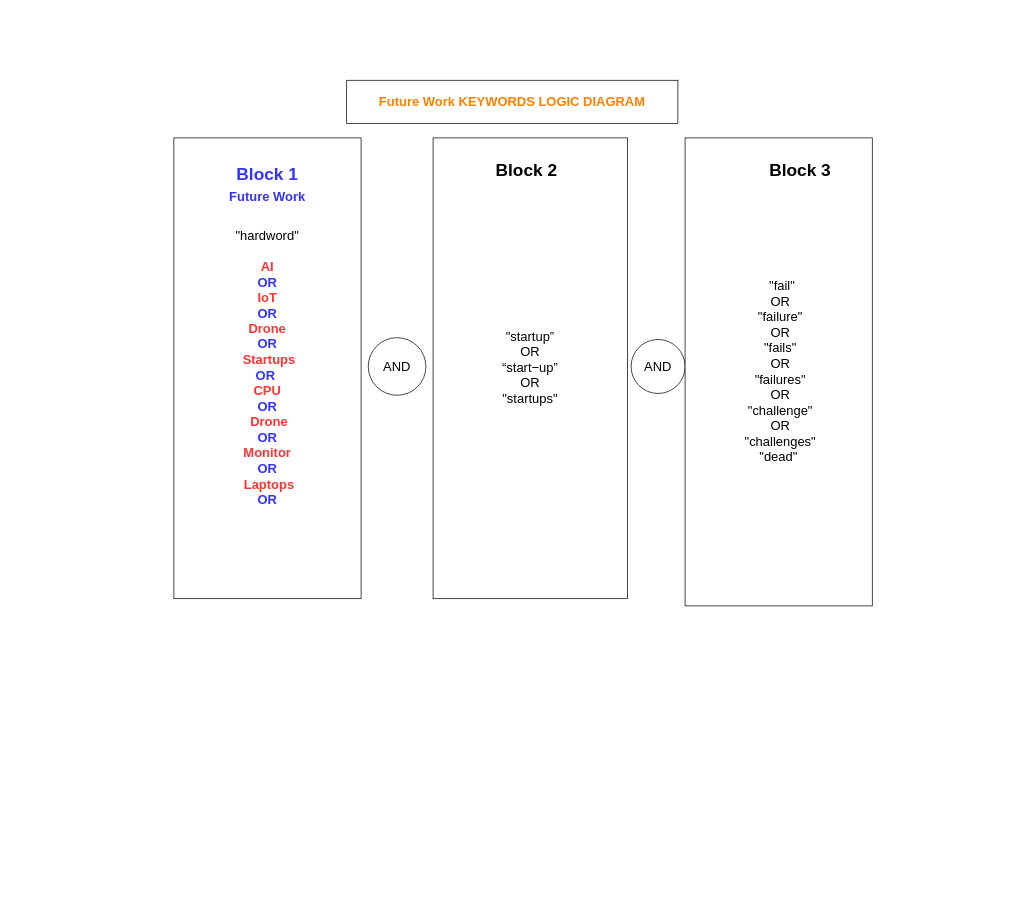
This is page "Copy of Page-1" (2 of 2) of Diagrams/keyword logic.drawio from HeiderJeffer/Gilgamesh, a draw.io file, before an edit. Source tidied: cells renumbered, new cells numbered last; positions are measured from the earlier drawing's top-left corner, leaving out a move shared by most shapes. Both pictures are drawn from the tidied source at 72%, with x=0, y=0 at pixel (174, 80).
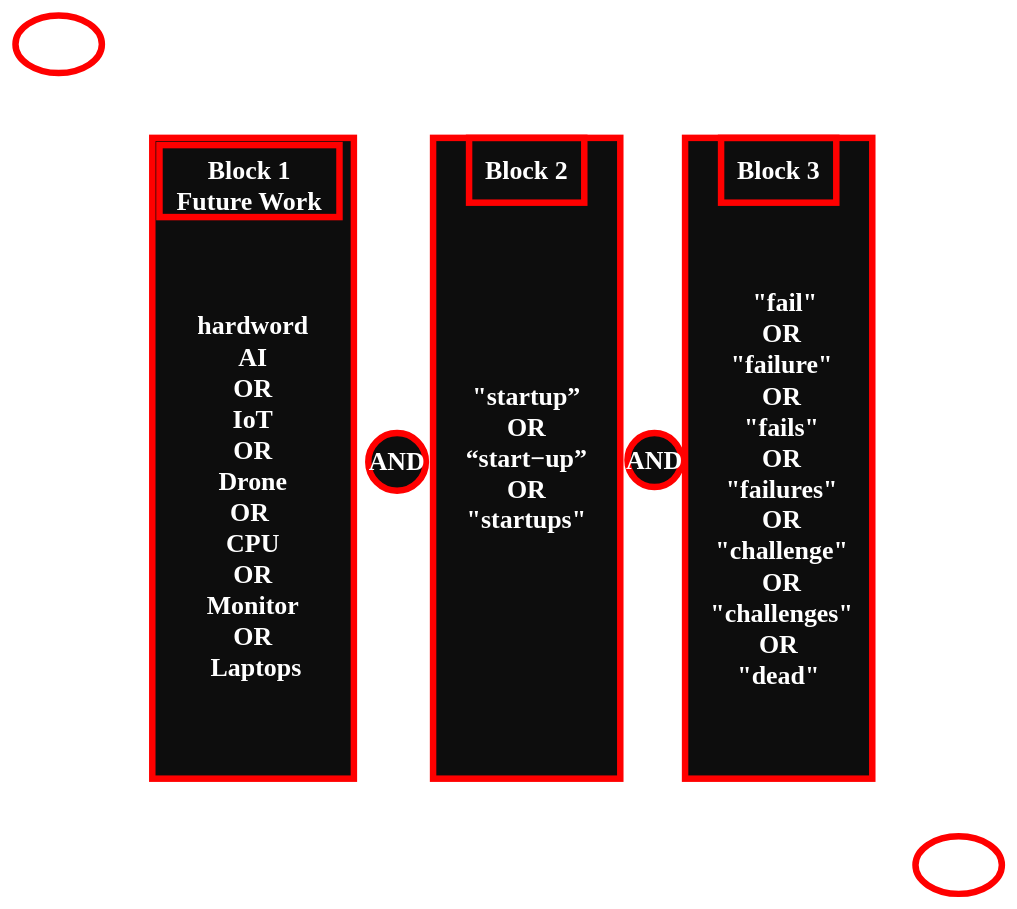
Above is the later version.

Diff of the diagram source:
```diff
@@
 <mxGraphModel>
   <root>
-    <mxCell id="0" />
-    <mxCell id="1" parent="0" />
-    <mxCell id="2" value="&lt;font style=&quot;font-size: 18px&quot;&gt;AND&lt;/font&gt;" style="ellipse;whiteSpace=wrap;html=1;" parent="1" vertex="1">
-      <mxGeometry x="270" y="357.5" width="80" height="80" as="geometry" />
-    </mxCell>
-    <mxCell id="3" value="&lt;font style=&quot;font-size: 18px&quot;&gt;AND&lt;/font&gt;" style="ellipse;whiteSpace=wrap;html=1;" parent="1" vertex="1">
-      <mxGeometry x="635" y="360" width="75" height="75" as="geometry" />
-    </mxCell>
-    <mxCell id="4" value="&amp;nbsp;&amp;nbsp;&quot;fail&quot;&lt;br&gt;&amp;nbsp;OR&lt;br&gt;&amp;nbsp;&quot;failure&quot;&lt;br&gt;&amp;nbsp;OR&lt;br&gt;&amp;nbsp;&quot;fails&quot;&lt;br&gt;&amp;nbsp;OR&lt;br&gt;&amp;nbsp;&quot;failures&quot;&lt;br&gt;&amp;nbsp;OR&lt;br&gt;&amp;nbsp;&quot;challenge&quot;&lt;br&gt;&amp;nbsp;OR&lt;br&gt;&amp;nbsp;&quot;challenges&quot;&lt;br&gt;&quot;dead&quot;" style="rounded=0;whiteSpace=wrap;html=1;fontSize=18;align=center;" parent="1" vertex="1">
-      <mxGeometry x="710" y="80" width="260" height="650" as="geometry" />
-    </mxCell>
+    <mxCell id="11" />
+    <mxCell id="12" parent="11" />
+    <mxCell id="13" value="&lt;font style=&quot;font-size: 36px&quot; face=&quot;Times New Roman&quot; color=&quot;#ffffff&quot;&gt;&lt;b&gt;AND&lt;/b&gt;&lt;/font&gt;" style="ellipse;whiteSpace=wrap;html=1;fillColor=#0D0D0D;fontColor=#000000;strokeColor=#FF0000;strokeWidth=9;" parent="12" vertex="1">
+      <mxGeometry x="270" y="490" width="80" height="80" as="geometry" />
+    </mxCell>
+    <mxCell id="14" value="&lt;font style=&quot;font-size: 36px&quot; face=&quot;Times New Roman&quot; color=&quot;#ffffff&quot;&gt;&lt;b&gt;AND&lt;/b&gt;&lt;/font&gt;" style="ellipse;whiteSpace=wrap;html=1;fillColor=#0D0D0D;fontColor=#000000;strokeColor=#FF0000;strokeWidth=9;" parent="12" vertex="1">
+      <mxGeometry x="630" y="490" width="75" height="75" as="geometry" />
+    </mxCell>
+    <mxCell id="15" value="&lt;b&gt;&lt;font face=&quot;Times New Roman&quot; style=&quot;font-size: 36px&quot;&gt;&lt;br&gt;&lt;br&gt;&amp;nbsp; &quot;fail&quot;&lt;br&gt;&amp;nbsp;OR&lt;br&gt;&amp;nbsp;&quot;failure&quot;&lt;br&gt;&amp;nbsp;OR&lt;br&gt;&amp;nbsp;&quot;fails&quot;&lt;br&gt;&amp;nbsp;OR&lt;br&gt;&amp;nbsp;&quot;failures&quot;&lt;br&gt;&amp;nbsp;OR&lt;br&gt;&amp;nbsp;&quot;challenge&quot;&lt;br&gt;&amp;nbsp;OR&lt;br&gt;&amp;nbsp;&quot;challenges&quot;&lt;br&gt;OR&lt;br&gt;&quot;dead&quot;&lt;/font&gt;&lt;/b&gt;" style="rounded=0;whiteSpace=wrap;html=1;fontSize=18;align=center;fillColor=#0D0D0D;fontColor=#ffffff;strokeColor=#FF0000;strokeWidth=9;" parent="12" vertex="1">
+      <mxGeometry x="710" y="80" width="260" height="890" as="geometry" />
+    </mxCell>
-    <mxCell id="5" value="&quot;startup”&lt;br&gt;OR&lt;br&gt;“start−up”&lt;br&gt;OR&lt;br&gt;&quot;startups&quot;" style="rounded=0;whiteSpace=wrap;html=1;fontSize=18;align=center;" parent="1" vertex="1">
-      <mxGeometry x="360" y="80" width="270" height="640" as="geometry" />
+    <mxCell id="5" value="&lt;font face=&quot;Times New Roman&quot; style=&quot;font-size: 36px&quot; color=&quot;#ffffff&quot;&gt;&lt;b&gt;&quot;startup”&lt;br&gt;OR&lt;br&gt;“start−up”&lt;br&gt;OR&lt;br&gt;&quot;startups&quot;&lt;/b&gt;&lt;/font&gt;" style="rounded=0;whiteSpace=wrap;html=1;fontSize=18;align=center;fillColor=#0D0D0D;fontColor=#ffffff;strokeColor=#FF0000;strokeWidth=9;" parent="12" vertex="1">
+      <mxGeometry x="360" y="80" width="260" height="890" as="geometry" />
     </mxCell>
-    <mxCell id="6" value="&lt;br&gt;&quot;hardword&quot;&lt;br&gt;&lt;br&gt;&lt;b style=&quot;color: rgb(255 , 51 , 51)&quot;&gt;AI&lt;br&gt;&lt;/b&gt;&lt;font color=&quot;#3333ff&quot;&gt;&lt;b&gt;OR&lt;/b&gt;&lt;/font&gt;&lt;br&gt;&lt;b style=&quot;color: rgb(255 , 51 , 51)&quot;&gt;IoT&lt;br&gt;&lt;/b&gt;&lt;b style=&quot;color: rgb(51 , 51 , 255)&quot;&gt;OR&lt;/b&gt;&lt;br&gt;&lt;div style=&quot;color: rgb(255 , 51 , 51)&quot;&gt;&lt;b&gt;Drone&lt;/b&gt;&lt;/div&gt;&lt;div style=&quot;color: rgb(255 , 51 , 51)&quot;&gt;&lt;b style=&quot;color: rgb(51 , 51 , 255)&quot;&gt;OR&lt;/b&gt;&lt;b&gt;&lt;br&gt;&lt;/b&gt;&lt;/div&gt;&lt;div style=&quot;color: rgb(255 , 51 , 51)&quot;&gt;&lt;b&gt;&amp;nbsp;Startups&lt;/b&gt;&lt;/div&gt;&lt;b style=&quot;color: rgb(51 , 51 , 255)&quot;&gt;OR&lt;/b&gt;&lt;b style=&quot;color: rgb(255 , 51 , 51)&quot;&gt;&amp;nbsp;&lt;/b&gt;&lt;b style=&quot;color: rgb(51 , 51 , 255)&quot;&gt;&lt;br&gt;&lt;/b&gt;&lt;div style=&quot;color: rgb(255 , 51 , 51)&quot;&gt;&lt;b&gt;CPU&lt;br&gt;&lt;/b&gt;&lt;b style=&quot;color: rgb(51 , 51 , 255)&quot;&gt;OR&lt;/b&gt;&lt;b&gt;&lt;br&gt;&lt;/b&gt;&lt;/div&gt;&lt;div style=&quot;color: rgb(255 , 51 , 51)&quot;&gt;&lt;b&gt;&amp;nbsp;Drone&lt;br&gt;&lt;/b&gt;&lt;b style=&quot;color: rgb(51 , 51 , 255)&quot;&gt;OR&lt;/b&gt;&lt;b&gt;&lt;br&gt;&lt;/b&gt;&lt;/div&gt;&lt;div style=&quot;color: rgb(255 , 51 , 51)&quot;&gt;&lt;b&gt;Monitor&lt;br&gt;&lt;/b&gt;&lt;b style=&quot;color: rgb(51 , 51 , 255)&quot;&gt;OR&lt;/b&gt;&lt;b&gt;&lt;br&gt;&lt;/b&gt;&lt;/div&gt;&lt;div style=&quot;color: rgb(255 , 51 , 51)&quot;&gt;&lt;b&gt;&amp;nbsp;Laptops&lt;br&gt;&lt;/b&gt;&lt;b style=&quot;color: rgb(51 , 51 , 255)&quot;&gt;OR&lt;/b&gt;&lt;b&gt;&lt;br&gt;&lt;/b&gt;&lt;/div&gt;&lt;div style=&quot;color: rgb(255 , 51 , 51) ; font-weight: bold&quot;&gt;&lt;br&gt;&lt;/div&gt;" style="rounded=0;whiteSpace=wrap;html=1;fontSize=18;align=center;" parent="1" vertex="1">
-      <mxGeometry y="80" width="260" height="640" as="geometry" />
-    </mxCell>
-    <mxCell id="7" value="&lt;font color=&quot;#ff8000&quot;&gt;&lt;b&gt;Future Work KEYWORDS LOGIC DIAGRAM&lt;/b&gt;&lt;/font&gt;" style="rounded=0;whiteSpace=wrap;html=1;fontSize=18;align=center;" parent="1" vertex="1">
-      <mxGeometry x="240" width="460" height="60" as="geometry" />
-    </mxCell>
+    <mxCell id="16" value="&lt;font face=&quot;Times New Roman&quot;&gt;&lt;b style=&quot;font-size: 36px&quot;&gt;&lt;br&gt;&lt;br&gt;&lt;br&gt;hardword&lt;/b&gt;&lt;br&gt;&lt;div&gt;&lt;span style=&quot;font-size: 36px&quot;&gt;&lt;b&gt;AI&lt;/b&gt;&lt;/span&gt;&lt;/div&gt;&lt;div&gt;&lt;span style=&quot;font-size: 36px&quot;&gt;&lt;b&gt;OR&lt;/b&gt;&lt;/span&gt;&lt;/div&gt;&lt;div&gt;&lt;span style=&quot;font-size: 36px&quot;&gt;&lt;b&gt;IoT&lt;/b&gt;&lt;/span&gt;&lt;/div&gt;&lt;div&gt;&lt;span style=&quot;font-size: 36px&quot;&gt;&lt;b&gt;OR&lt;/b&gt;&lt;/span&gt;&lt;/div&gt;&lt;div&gt;&lt;span style=&quot;font-size: 36px&quot;&gt;&lt;b&gt;Drone&lt;/b&gt;&lt;/span&gt;&lt;/div&gt;&lt;div&gt;&lt;span style=&quot;font-size: 36px&quot;&gt;&lt;b&gt;OR&lt;/b&gt;&lt;/span&gt;&lt;b style=&quot;font-size: 36px&quot;&gt;&amp;nbsp;&lt;/b&gt;&lt;/div&gt;&lt;div&gt;&lt;span style=&quot;font-size: 36px&quot;&gt;&lt;b&gt;CPU&lt;/b&gt;&lt;/span&gt;&lt;/div&gt;&lt;div&gt;&lt;span style=&quot;font-size: 36px&quot;&gt;&lt;b&gt;OR&lt;/b&gt;&lt;/span&gt;&lt;/div&gt;&lt;div&gt;&lt;b style=&quot;font-size: 36px&quot;&gt;Monitor&lt;/b&gt;&lt;br&gt;&lt;/div&gt;&lt;div&gt;&lt;span style=&quot;font-size: 36px&quot;&gt;&lt;b&gt;OR&lt;/b&gt;&lt;/span&gt;&lt;/div&gt;&lt;div&gt;&lt;span style=&quot;font-size: 36px&quot;&gt;&lt;b&gt;&amp;nbsp;Laptops&lt;/b&gt;&lt;/span&gt;&lt;/div&gt;&lt;div style=&quot;font-weight: bold&quot;&gt;&lt;/div&gt;&lt;br&gt;&lt;/font&gt;" style="rounded=0;whiteSpace=wrap;html=1;fontSize=18;align=center;fillColor=#0D0D0D;strokeColor=#FF0000;fontColor=#ffffff;strokeWidth=9;" parent="12" vertex="1">
+      <mxGeometry x="-30" y="80" width="280" height="890" as="geometry" />
+    </mxCell>
-    <mxCell id="8" value="&lt;font style=&quot;font-size: 24px&quot;&gt;&lt;b&gt;&lt;font color=&quot;#3333ff&quot;&gt;Block 1&lt;br&gt;&lt;span style=&quot;font-size: 18px&quot;&gt;Future Work&lt;/span&gt;&lt;/font&gt;&lt;br&gt;&lt;/b&gt;&lt;/font&gt;" style="text;html=1;strokeColor=none;fillColor=none;align=center;verticalAlign=middle;whiteSpace=wrap;rounded=0;" parent="1" vertex="1">
-      <mxGeometry x="50" y="100" width="160" height="90" as="geometry" />
+    <mxCell id="8" value="&lt;div&gt;&lt;font color=&quot;#ffffff&quot; face=&quot;Times New Roman&quot;&gt;&lt;span style=&quot;font-size: 36px&quot;&gt;&lt;b&gt;&lt;br&gt;&lt;/b&gt;&lt;/span&gt;&lt;/font&gt;&lt;/div&gt;&lt;div&gt;&lt;font color=&quot;#ffffff&quot; face=&quot;Times New Roman&quot;&gt;&lt;span style=&quot;font-size: 36px&quot;&gt;&lt;b&gt;&lt;br&gt;&lt;/b&gt;&lt;/span&gt;&lt;/font&gt;&lt;/div&gt;&lt;div&gt;&lt;font color=&quot;#ffffff&quot; face=&quot;Times New Roman&quot;&gt;&lt;span style=&quot;font-size: 36px&quot;&gt;&lt;b&gt;Block 1&lt;/b&gt;&lt;/span&gt;&lt;/font&gt;&lt;/div&gt;&lt;div&gt;&lt;font color=&quot;#ffffff&quot; face=&quot;Times New Roman&quot;&gt;&lt;span style=&quot;font-size: 36px&quot;&gt;&lt;b&gt;Future Work&lt;/b&gt;&lt;/span&gt;&lt;/font&gt;&lt;/div&gt;&lt;div&gt;&lt;font color=&quot;#ffffff&quot; face=&quot;Times New Roman&quot;&gt;&lt;span style=&quot;font-size: 36px&quot;&gt;&lt;b&gt;&lt;br&gt;&lt;/b&gt;&lt;/span&gt;&lt;/font&gt;&lt;/div&gt;&lt;div&gt;&lt;br&gt;&lt;br&gt;&lt;/div&gt;" style="text;html=1;strokeColor=#FF0000;fillColor=none;align=center;verticalAlign=middle;whiteSpace=wrap;rounded=0;strokeWidth=9;" parent="12" vertex="1">
+      <mxGeometry x="-20" y="90" width="250" height="100" as="geometry" />
     </mxCell>
-    <mxCell id="9" value="&lt;font style=&quot;font-size: 24px&quot;&gt;&lt;b&gt;Block 2&lt;/b&gt;&lt;/font&gt;" style="text;html=1;strokeColor=none;fillColor=none;align=center;verticalAlign=middle;whiteSpace=wrap;rounded=0;" parent="1" vertex="1">
+    <mxCell id="9" value="&lt;font style=&quot;font-size: 36px&quot; face=&quot;Times New Roman&quot; color=&quot;#ffffff&quot;&gt;&lt;b&gt;Block 2&lt;/b&gt;&lt;/font&gt;" style="text;html=1;strokeColor=#FF0000;fillColor=none;align=center;verticalAlign=middle;whiteSpace=wrap;rounded=0;strokeWidth=9;" parent="12" vertex="1">
       <mxGeometry x="410" y="80" width="160" height="90" as="geometry" />
     </mxCell>
-    <mxCell id="10" value="&lt;font style=&quot;font-size: 24px&quot;&gt;&lt;b&gt;Block 3&lt;/b&gt;&lt;/font&gt;" style="text;html=1;strokeColor=none;fillColor=none;align=center;verticalAlign=middle;whiteSpace=wrap;rounded=0;" parent="1" vertex="1">
-      <mxGeometry x="790" y="80" width="160" height="90" as="geometry" />
+    <mxCell id="10" value="&lt;font style=&quot;font-size: 36px&quot; face=&quot;Times New Roman&quot; color=&quot;#ffffff&quot;&gt;&lt;b&gt;Block 3&lt;/b&gt;&lt;/font&gt;" style="text;html=1;strokeColor=#FF0000;fillColor=none;align=center;verticalAlign=middle;whiteSpace=wrap;rounded=0;strokeWidth=9;" parent="12" vertex="1">
+      <mxGeometry x="760" y="80" width="160" height="90" as="geometry" />
     </mxCell>
+    <mxCell id="17" style="ellipse;whiteSpace=wrap;html=1;strokeColor=#FF0000;strokeWidth=9;" parent="12" vertex="1">
+      <mxGeometry x="1030" y="1050" width="120" height="80" as="geometry" />
+    </mxCell>
+    <mxCell id="18" style="ellipse;whiteSpace=wrap;html=1;strokeColor=#FF0000;strokeWidth=9;" parent="12" vertex="1">
+      <mxGeometry x="-220" y="-90" width="120" height="80" as="geometry" />
+    </mxCell>
   </root>
 </mxGraphModel>
```
